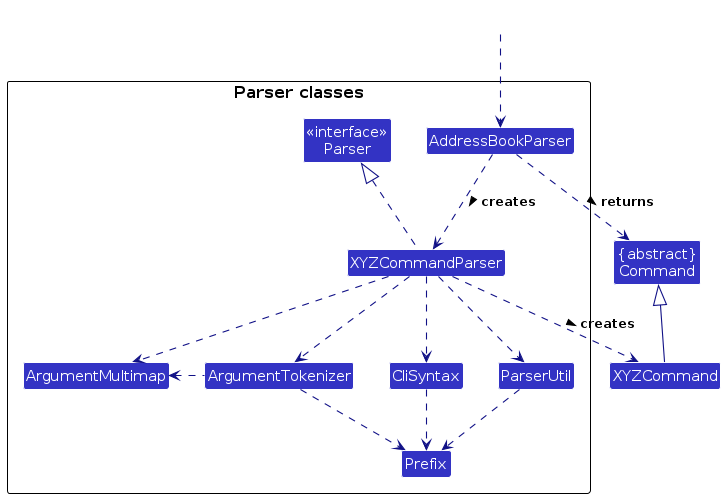
This is diagrams/ParserClasses.png from craigtonlian/tp, a PlantUML export, as it was before one commit. Its source is kept beside it as diagrams/ParserClasses.puml. The source it was exported from:
```plantuml
@startuml
!include style.puml
skinparam arrowThickness 1.1
skinparam arrowColor LOGIC_COLOR_T4
skinparam classBackgroundColor LOGIC_COLOR

Class "{abstract}\nCommand" as Command
Class XYZCommand

package "Parser classes"{
Class "<<interface>>\nParser" as Parser
Class AddressBookParser
Class XYZCommandParser
Class CliSyntax
Class ParserUtil
Class ArgumentMultimap
Class ArgumentTokenizer
Class Prefix
}

Class HiddenOutside #FFFFFF
HiddenOutside ..> AddressBookParser

AddressBookParser .down.> XYZCommandParser: creates >

XYZCommandParser ..> XYZCommand : creates >
AddressBookParser ..> Command : returns >
XYZCommandParser .up.|> Parser
XYZCommandParser ..> ArgumentMultimap
XYZCommandParser ..> ArgumentTokenizer
ArgumentTokenizer .left.> ArgumentMultimap
XYZCommandParser ..> CliSyntax
CliSyntax ..> Prefix
XYZCommandParser ..> ParserUtil
ParserUtil .down.> Prefix
ArgumentTokenizer .down.> Prefix
XYZCommand -up-|> Command
@enduml
```
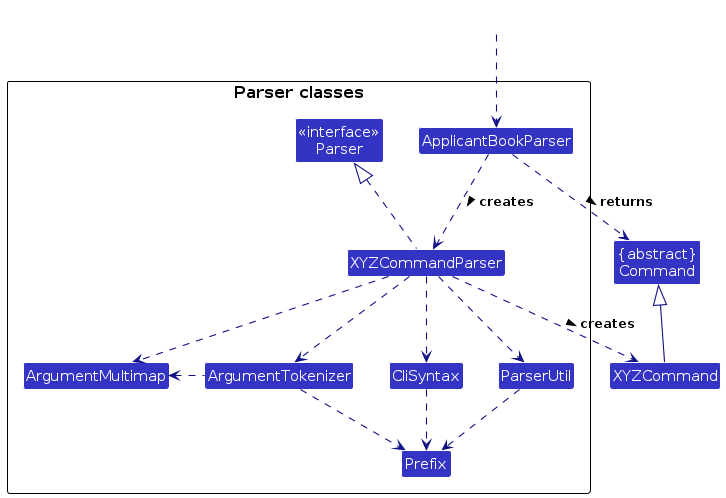
Above is the later version.

Diff of the diagram source:
```diff
@@ -9,7 +9,7 @@
 
 package "Parser classes"{
 Class "<<interface>>\nParser" as Parser
-Class AddressBookParser
+Class ApplicantBookParser
 Class XYZCommandParser
 Class CliSyntax
 Class ParserUtil
@@ -19,12 +19,12 @@
 }
 
 Class HiddenOutside #FFFFFF
-HiddenOutside ..> AddressBookParser
+HiddenOutside ..> ApplicantBookParser
 
-AddressBookParser .down.> XYZCommandParser: creates >
+ApplicantBookParser .down.> XYZCommandParser: creates >
 
 XYZCommandParser ..> XYZCommand : creates >
-AddressBookParser ..> Command : returns >
+ApplicantBookParser ..> Command : returns >
 XYZCommandParser .up.|> Parser
 XYZCommandParser ..> ArgumentMultimap
 XYZCommandParser ..> ArgumentTokenizer
```
